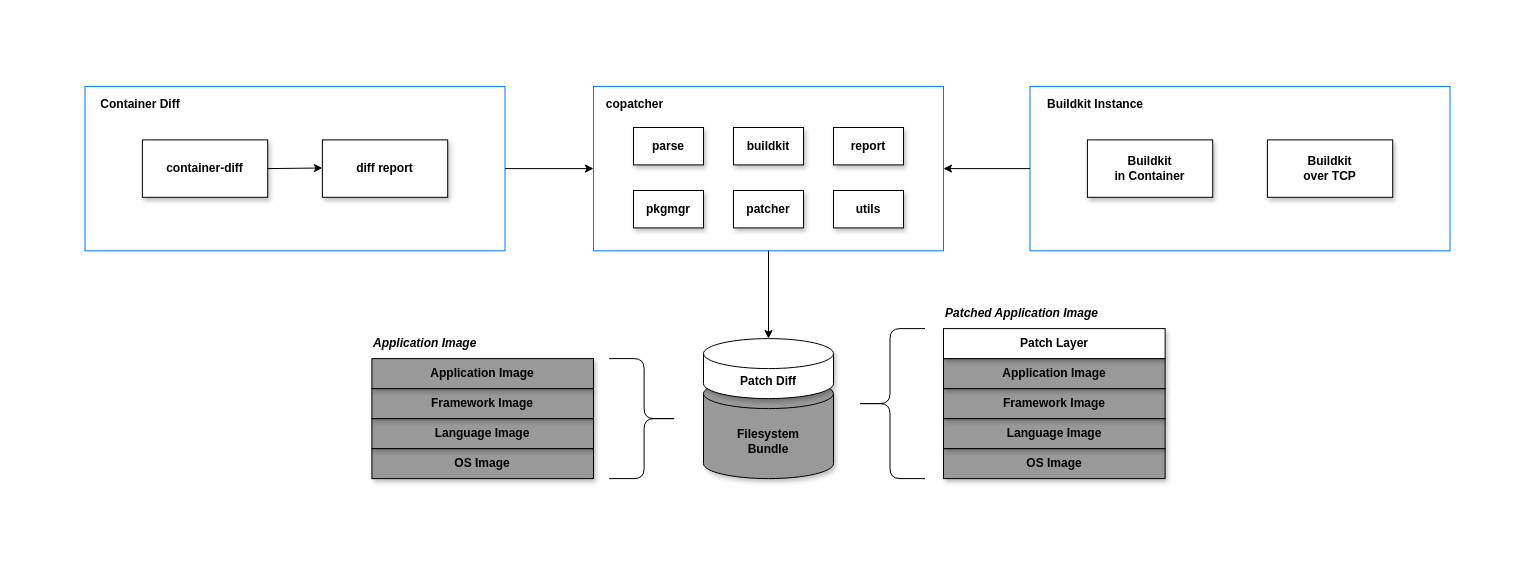
Earlier version of the draw.io diagram design.drawio (craftslab/copatcher). Source tidied: cells renumbered, new cells numbered last; positions are measured from the earlier drawing's top-left corner, leaving out a move shared by most shapes. Both pictures are drawn from the tidied source at 100%, with x=0, y=0 at pixel (17, 17).
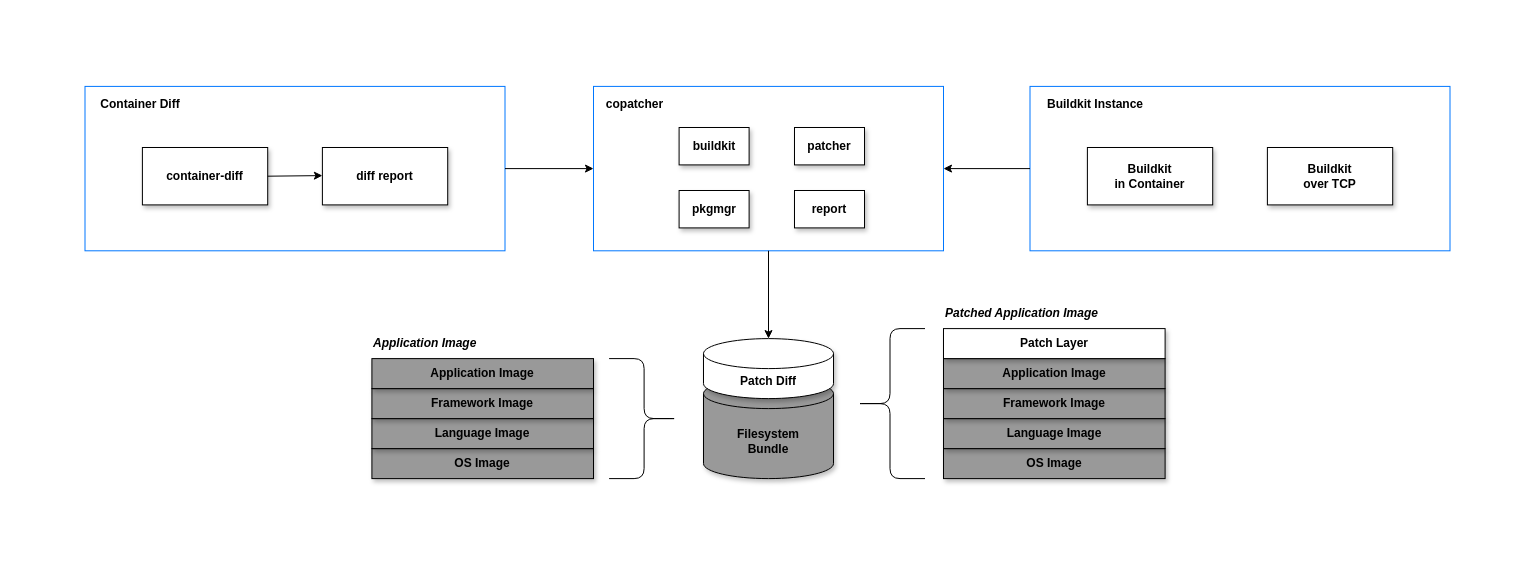
After the change.

What changed in the source:
```diff
@@
     <mxCell id="5" value="&lt;b&gt;&lt;font&gt;diff report&lt;/font&gt;&lt;/b&gt;" style="rounded=0;whiteSpace=wrap;html=1;strokeColor=#000000;fillColor=#FFFFFF;shadow=1;fontColor=#000000;" parent="1" vertex="1">
-      <mxGeometry x="304.9" y="122.4" width="125.3" height="57.4" as="geometry" />
+      <mxGeometry x="304.9" y="130" width="125.3" height="57.4" as="geometry" />
     </mxCell>
@@
-    <mxCell id="8" value="&lt;b&gt;&lt;font&gt;parse&lt;/font&gt;&lt;/b&gt;" style="rounded=0;whiteSpace=wrap;html=1;strokeColor=#000000;fillColor=#FFFFFF;shadow=1;fontColor=#000000;" parent="1" vertex="1">
-      <mxGeometry x="616" y="110" width="70" height="37.4" as="geometry" />
-    </mxCell>
@@
     <mxCell id="10" value="&lt;b&gt;&lt;font&gt;container-diff&lt;/font&gt;&lt;/b&gt;" style="rounded=0;whiteSpace=wrap;html=1;strokeColor=#000000;fillColor=#FFFFFF;shadow=1;fontColor=#000000;" parent="1" vertex="1">
-      <mxGeometry x="124.9" y="122.4" width="125.3" height="57.4" as="geometry" />
+      <mxGeometry x="124.9" y="130" width="125.3" height="57.4" as="geometry" />
     </mxCell>
     <mxCell id="11" style="endArrow=classic;startArrow=none;html=1;strokeColor=#000000;exitX=1;exitY=0.5;exitDx=0;exitDy=0;entryX=0;entryY=0.5;entryDx=0;entryDy=0;startFill=0;" parent="1" edge="1" source="10">
       <mxGeometry relative="1" as="geometry">
-        <mxPoint x="304.9" y="150.5" as="targetPoint" />
+        <mxPoint x="304.9" y="158.1" as="targetPoint" />
       </mxGeometry>
     </mxCell>
@@
     <mxCell id="28" value="&lt;b&gt;&lt;font&gt;pkgmgr&lt;/font&gt;&lt;/b&gt;" style="rounded=0;whiteSpace=wrap;html=1;strokeColor=#000000;fillColor=#FFFFFF;shadow=1;fontColor=#000000;" parent="1" vertex="1">
-      <mxGeometry x="616" y="173" width="70" height="37.4" as="geometry" />
+      <mxGeometry x="661.6" y="173" width="70" height="37.4" as="geometry" />
     </mxCell>
-    <mxCell id="29" value="&lt;b&gt;&lt;font&gt;buildkit&lt;/font&gt;&lt;/b&gt;" style="rounded=0;whiteSpace=wrap;html=1;strokeColor=#000000;fillColor=#FFFFFF;shadow=1;fontColor=#000000;" parent="1" vertex="1">
-      <mxGeometry x="716" y="110" width="70" height="37.4" as="geometry" />
-    </mxCell>
     <mxCell id="30" value="&lt;b&gt;&lt;font&gt;patcher&lt;/font&gt;&lt;/b&gt;" style="rounded=0;whiteSpace=wrap;html=1;strokeColor=#000000;fillColor=#FFFFFF;shadow=1;fontColor=#000000;" parent="1" vertex="1">
-      <mxGeometry x="716" y="173" width="70" height="37.4" as="geometry" />
+      <mxGeometry x="777" y="110" width="70" height="37.4" as="geometry" />
     </mxCell>
-    <mxCell id="31" value="&lt;b&gt;&lt;font&gt;report&lt;/font&gt;&lt;/b&gt;" style="rounded=0;whiteSpace=wrap;html=1;strokeColor=#000000;fillColor=#FFFFFF;shadow=1;fontColor=#000000;" parent="1" vertex="1">
-      <mxGeometry x="816" y="110" width="70" height="37.4" as="geometry" />
-    </mxCell>
-    <mxCell id="32" value="&lt;b&gt;&lt;font&gt;utils&lt;/font&gt;&lt;/b&gt;" style="rounded=0;whiteSpace=wrap;html=1;strokeColor=#000000;fillColor=#FFFFFF;shadow=1;fontColor=#000000;" parent="1" vertex="1">
-      <mxGeometry x="816" y="173" width="70" height="37.4" as="geometry" />
-    </mxCell>
@@
     <mxCell id="34" value="&lt;b style=&quot;border-color: var(--border-color);&quot;&gt;Buildkit&lt;br style=&quot;border-color: var(--border-color);&quot;&gt;over TCP&lt;/b&gt;" style="rounded=0;whiteSpace=wrap;html=1;strokeColor=#000000;fillColor=#FFFFFF;shadow=1;fontColor=#000000;" parent="1" vertex="1">
-      <mxGeometry x="1249.9" y="122.4" width="125.3" height="57.4" as="geometry" />
+      <mxGeometry x="1249.9" y="130" width="125.3" height="57.4" as="geometry" />
     </mxCell>
@@
     <mxCell id="36" value="&lt;b&gt;&lt;font&gt;Buildkit&lt;br&gt;in Container&lt;/font&gt;&lt;/b&gt;" style="rounded=0;whiteSpace=wrap;html=1;strokeColor=#000000;fillColor=#FFFFFF;shadow=1;fontColor=#000000;" parent="1" vertex="1">
-      <mxGeometry x="1069.9" y="122.4" width="125.3" height="57.4" as="geometry" />
+      <mxGeometry x="1069.9" y="130" width="125.3" height="57.4" as="geometry" />
     </mxCell>
@@
+    <mxCell id="29" value="&lt;b&gt;&lt;font&gt;buildkit&lt;/font&gt;&lt;/b&gt;" style="rounded=0;whiteSpace=wrap;html=1;strokeColor=#000000;fillColor=#FFFFFF;shadow=1;fontColor=#000000;" parent="1" vertex="1">
+      <mxGeometry x="661.6" y="110" width="70" height="37.4" as="geometry" />
+    </mxCell>
+    <mxCell id="31" value="&lt;b&gt;&lt;font&gt;report&lt;/font&gt;&lt;/b&gt;" style="rounded=0;whiteSpace=wrap;html=1;strokeColor=#000000;fillColor=#FFFFFF;shadow=1;fontColor=#000000;" parent="1" vertex="1">
+      <mxGeometry x="777" y="173" width="70" height="37.4" as="geometry" />
+    </mxCell>
```
